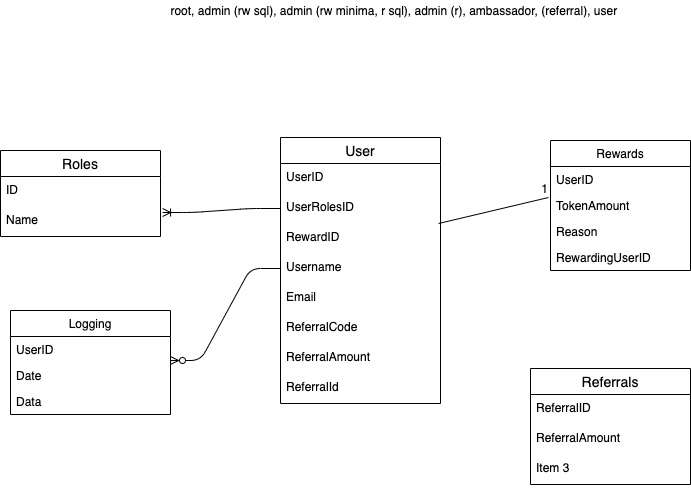
Above: docs/images/dbase.png in minima-global/incentivecash (draw.io), before the change. Source tidied: cells renumbered, new cells last; positions are measured from the earlier drawing's top-left corner, leaving out a move shared by most shapes.
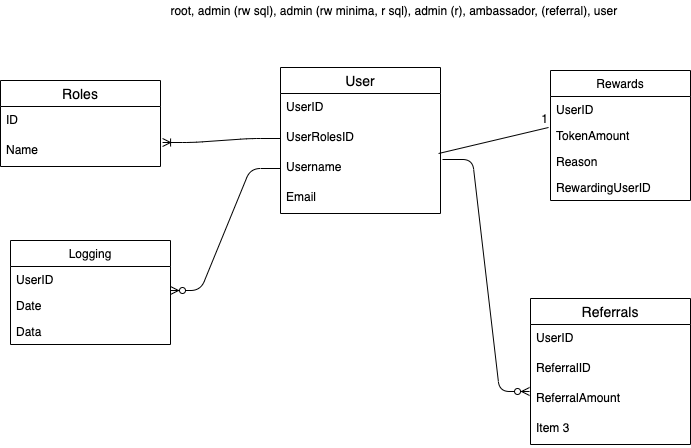
Above is the later version.

Change to the diagram source:
```diff
@@ -3,7 +3,7 @@
     <mxCell id="0" />
     <mxCell id="1" parent="0" />
     <mxCell id="2" value="User" style="swimlane;fontStyle=0;horizontal=1;startSize=26;align=center;fontSize=14;" parent="1" vertex="1">
-      <mxGeometry x="280" y="137" width="160" height="266" as="geometry" />
+      <mxGeometry x="280" y="137" width="160" height="146" as="geometry" />
     </mxCell>
     <mxCell id="3" value="UserID" style="text;strokeColor=none;fillColor=none;spacingLeft=4;spacingRight=4;overflow=hidden;fontSize=12;" parent="2" vertex="1">
       <mxGeometry y="26" width="160" height="30" as="geometry" />
@@ -11,24 +11,12 @@
     <mxCell id="4" value="UserRolesID" style="text;strokeColor=none;fillColor=none;spacingLeft=4;spacingRight=4;overflow=hidden;points=[[0,0.5],[1,0.5]];portConstraint=eastwest;fontSize=12;" parent="2" vertex="1">
       <mxGeometry y="56" width="160" height="30" as="geometry" />
     </mxCell>
-    <mxCell id="5" value="RewardID" style="text;strokeColor=none;fillColor=none;spacingLeft=4;spacingRight=4;overflow=hidden;points=[[0,0.5],[1,0.5]];portConstraint=eastwest;fontSize=12;" parent="2" vertex="1">
-      <mxGeometry y="86" width="160" height="30" as="geometry" />
-    </mxCell>
     <mxCell id="6" value="Username" style="text;strokeColor=none;fillColor=none;spacingLeft=4;spacingRight=4;overflow=hidden;points=[[0,0.5],[1,0.5]];portConstraint=eastwest;fontSize=12;" parent="2" vertex="1">
-      <mxGeometry y="116" width="160" height="30" as="geometry" />
+      <mxGeometry y="86" width="160" height="30" as="geometry" />
     </mxCell>
     <mxCell id="7" value="Email" style="text;strokeColor=none;fillColor=none;spacingLeft=4;spacingRight=4;overflow=hidden;fontSize=12;" parent="2" vertex="1">
-      <mxGeometry y="146" width="160" height="30" as="geometry" />
+      <mxGeometry y="116" width="160" height="30" as="geometry" />
     </mxCell>
-    <mxCell id="8" value="ReferralCode" style="text;strokeColor=none;fillColor=none;spacingLeft=4;spacingRight=4;overflow=hidden;fontSize=12;" parent="2" vertex="1">
-      <mxGeometry y="176" width="160" height="30" as="geometry" />
-    </mxCell>
-    <mxCell id="9" value="ReferralAmount" style="text;strokeColor=none;fillColor=none;spacingLeft=4;spacingRight=4;overflow=hidden;fontSize=12;" parent="2" vertex="1">
-      <mxGeometry y="206" width="160" height="30" as="geometry" />
-    </mxCell>
-    <mxCell id="10" value="ReferralId" style="text;strokeColor=none;fillColor=none;spacingLeft=4;spacingRight=4;overflow=hidden;fontSize=12;" parent="2" vertex="1">
-      <mxGeometry y="236" width="160" height="30" as="geometry" />
-    </mxCell>
     <mxCell id="11" value="Roles" style="swimlane;fontStyle=0;horizontal=1;startSize=26;align=center;fontSize=14;" parent="1" vertex="1">
       <mxGeometry y="150" width="160" height="86" as="geometry" />
     </mxCell>
@@ -71,26 +59,36 @@
     <mxCell id="24" style="edgeStyle=entityRelationEdgeStyle;fontSize=12;html=1;endArrow=ERzeroToMany;endFill=1;entryX=1;entryY=-0.077;entryDx=0;entryDy=0;entryPerimeter=0;exitX=0;exitY=0.5;exitDx=0;exitDy=0;" parent="1" edge="1" source="6" target="21">
       <mxGeometry relative="1" as="geometry" />
     </mxCell>
-    <mxCell id="25" style="endArrow=none;html=1;rounded=0;entryX=-0.014;entryY=0.192;entryDx=0;entryDy=0;entryPerimeter=0;exitX=0.988;exitY=0;exitDx=0;exitDy=0;exitPerimeter=0;" parent="1" edge="1" source="5" target="16">
-      <mxGeometry relative="1" as="geometry" />
+    <mxCell id="25" style="endArrow=none;html=1;rounded=0;entryX=-0.014;entryY=0.192;entryDx=0;entryDy=0;entryPerimeter=0;exitX=0.988;exitY=0;exitDx=0;exitDy=0;exitPerimeter=0;" parent="1" edge="1" target="16">
+      <mxGeometry relative="1" as="geometry">
+        <mxPoint x="438.1" y="223" as="sourcePoint" />
+      </mxGeometry>
     </mxCell>
     <mxCell id="26" value="1" style="html=1;align=right;verticalAlign=bottom;" parent="25" vertex="1">
       <mxGeometry x="1" relative="1" as="geometry" />
     </mxCell>
     <mxCell id="27" value="root, admin (rw sql), admin (rw minima, r sql), admin (r), ambassador, (referral), user&amp;nbsp;" style="text;html=1;align=center;verticalAlign=middle;" parent="1" vertex="1">
-      <mxGeometry x="160" width="470" height="20" as="geometry" />
+      <mxGeometry x="160" y="70" width="470" height="20" as="geometry" />
     </mxCell>
     <mxCell id="28" value="Referrals" style="swimlane;fontStyle=0;horizontal=1;startSize=26;align=center;fontSize=14;" parent="1" vertex="1">
-      <mxGeometry x="530" y="368" width="160" height="116" as="geometry" />
+      <mxGeometry x="530" y="368" width="160" height="146" as="geometry" />
     </mxCell>
-    <mxCell id="29" value="ReferralID" style="text;strokeColor=none;fillColor=none;spacingLeft=4;spacingRight=4;overflow=hidden;fontSize=12;" parent="28" vertex="1">
+    <mxCell id="29" value="UserID" style="text;strokeColor=none;fillColor=none;spacingLeft=4;spacingRight=4;overflow=hidden;fontSize=12;" parent="28" vertex="1">
       <mxGeometry y="26" width="160" height="30" as="geometry" />
     </mxCell>
+    <mxCell id="32" value="ReferralID" style="text;strokeColor=none;fillColor=none;spacingLeft=4;spacingRight=4;overflow=hidden;fontSize=12;" parent="28" vertex="1">
+      <mxGeometry y="56" width="160" height="30" as="geometry" />
+    </mxCell>
     <mxCell id="30" value="ReferralAmount" style="text;strokeColor=none;fillColor=none;spacingLeft=4;spacingRight=4;overflow=hidden;points=[[0,0.5],[1,0.5]];portConstraint=eastwest;fontSize=12;" parent="28" vertex="1">
-      <mxGeometry y="56" width="160" height="30" as="geometry" />
+      <mxGeometry y="86" width="160" height="30" as="geometry" />
     </mxCell>
     <mxCell id="31" value="Item 3" style="text;strokeColor=none;fillColor=none;spacingLeft=4;spacingRight=4;overflow=hidden;fontSize=12;" parent="28" vertex="1">
-      <mxGeometry y="86" width="160" height="30" as="geometry" />
+      <mxGeometry y="116" width="160" height="30" as="geometry" />
     </mxCell>
+    <mxCell id="33" style="edgeStyle=entityRelationEdgeStyle;fontSize=12;html=1;endArrow=ERzeroToMany;endFill=1;entryX=-0.006;entryY=0.233;entryDx=0;entryDy=0;entryPerimeter=0;" parent="1" edge="1" target="30">
+      <mxGeometry relative="1" as="geometry">
+        <mxPoint x="442" y="229" as="sourcePoint" />
+      </mxGeometry>
+    </mxCell>
   </root>
 </mxGraphModel>
```
